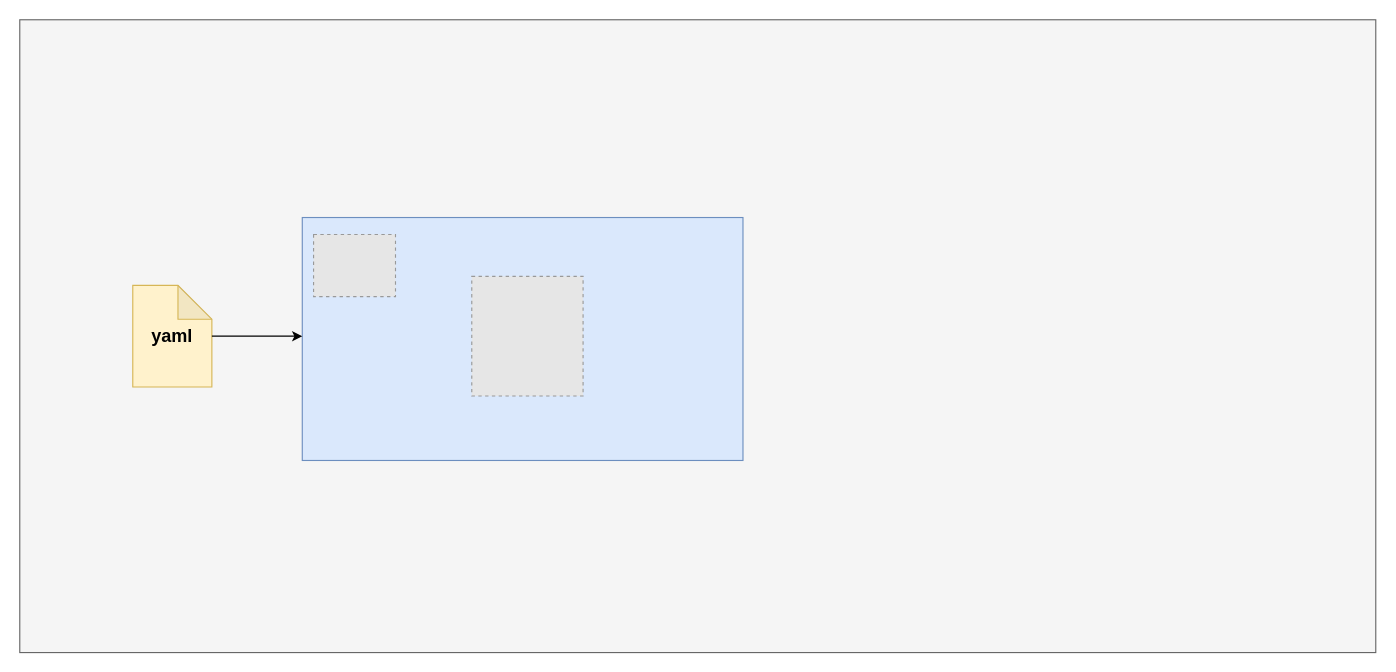
Earlier version of the draw.io diagram crossplane-concept.drawio (YanshanSong/draw.io). Source tidied: cells renumbered, new cells numbered last; positions are measured from the earlier drawing's top-left corner, leaving out a move shared by most shapes. Both pictures are drawn from the tidied source at 113%, with x=0, y=0 at pixel (19, 19). Pictures stored in the file or linked from it are replaced by grey dashed boxes.
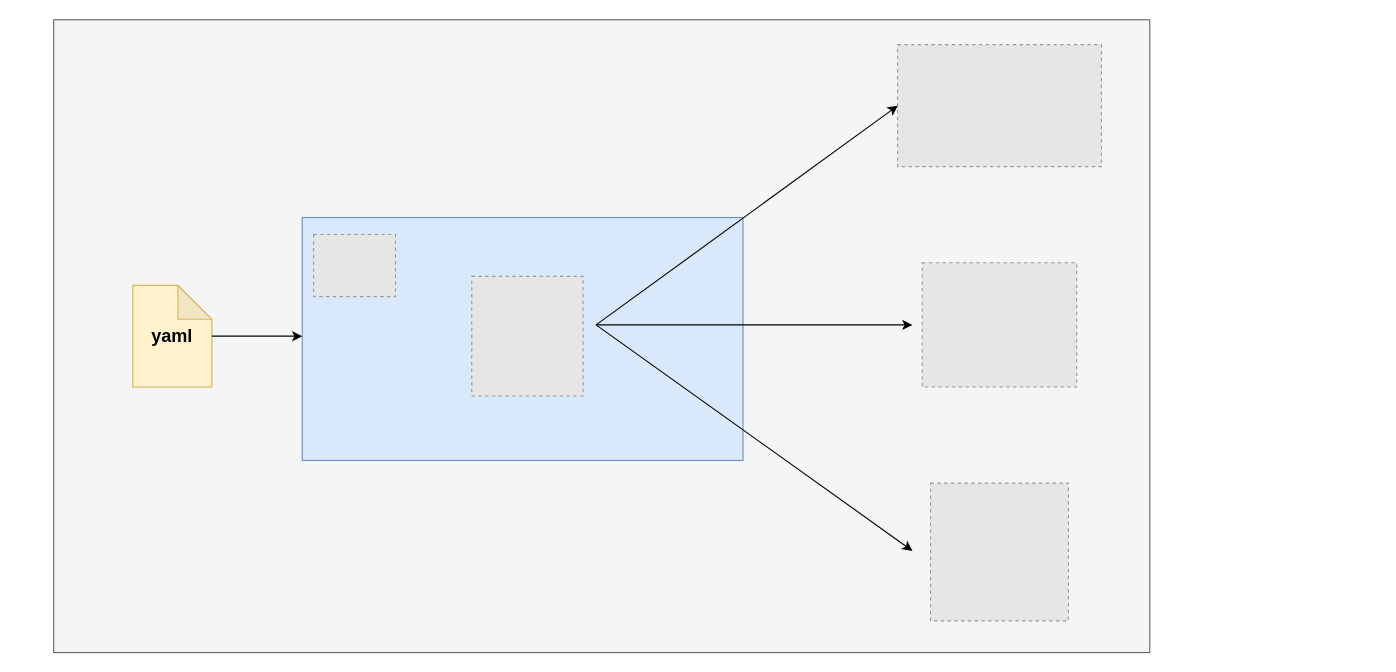
Above is the later version.

The edit, as a diff of the source:
```diff
@@
 <mxGraphModel>
   <root>
     <mxCell id="0" />
     <mxCell id="1" parent="0" />
     <mxCell id="2" style="rounded=0;whiteSpace=wrap;html=1;fillColor=#f5f5f5;fontColor=#333333;strokeColor=#666666;" parent="1" vertex="1">
-      <mxGeometry width="1200" height="560" as="geometry" />
+      <mxGeometry x="30" width="970" height="560" as="geometry" />
     </mxCell>
     <mxCell id="3" value="&lt;font style=&quot;font-size: 16px;&quot;&gt;&lt;b&gt;yaml&lt;/b&gt;&lt;/font&gt;" style="shape=note;whiteSpace=wrap;html=1;backgroundOutline=1;darkOpacity=0.05;fillColor=#fff2cc;strokeColor=#d6b656;" parent="1" vertex="1">
       <mxGeometry x="100" y="235" width="70" height="90" as="geometry" />
     </mxCell>
     <mxCell id="4" style="rounded=0;whiteSpace=wrap;html=1;fillColor=#dae8fc;strokeColor=#6c8ebf;" parent="1" vertex="1">
       <mxGeometry x="250" y="175" width="390" height="215" as="geometry" />
     </mxCell>
     <mxCell id="5" style="fillColor=#E6E6E6;strokeColor=#999999;dashed=1;verticalLabelPosition=bottom;labelBackgroundColor=default;verticalAlign=top;" parent="1" vertex="1">
       <mxGeometry x="260" y="190" width="72.5" height="55" as="geometry" />
     </mxCell>
     <mxCell id="6" style="endArrow=classic;html=1;rounded=0;" parent="1" edge="1">
       <mxGeometry relative="1" as="geometry">
         <mxPoint x="170" y="280" as="sourcePoint" />
         <mxPoint x="250" y="280" as="targetPoint" />
       </mxGeometry>
     </mxCell>
     <mxCell id="7" style="fillColor=#E6E6E6;strokeColor=#999999;dashed=1;verticalLabelPosition=bottom;labelBackgroundColor=default;verticalAlign=top;" parent="1" vertex="1">
       <mxGeometry x="400" y="227.1" width="98.5" height="105.8" as="geometry" />
     </mxCell>
+    <mxCell id="8" style="fillColor=#E6E6E6;strokeColor=#999999;dashed=1;verticalLabelPosition=bottom;labelBackgroundColor=default;verticalAlign=top;" parent="1" vertex="1">
+      <mxGeometry x="806" y="410" width="122" height="122" as="geometry" />
+    </mxCell>
+    <mxCell id="9" style="fillColor=#E6E6E6;strokeColor=#999999;dashed=1;verticalLabelPosition=bottom;labelBackgroundColor=default;verticalAlign=top;" parent="1" vertex="1">
+      <mxGeometry x="798.6" y="215" width="136.7" height="110" as="geometry" />
+    </mxCell>
+    <mxCell id="10" style="fillColor=#E6E6E6;strokeColor=#999999;dashed=1;verticalLabelPosition=bottom;labelBackgroundColor=default;verticalAlign=top;" parent="1" vertex="1">
+      <mxGeometry x="776.8" y="22" width="180.4" height="108" as="geometry" />
+    </mxCell>
+    <mxCell id="11" style="endArrow=classic;html=1;rounded=0;" parent="1" edge="1">
+      <mxGeometry relative="1" as="geometry">
+        <mxPoint x="510" y="270" as="sourcePoint" />
+        <mxPoint x="777" y="76" as="targetPoint" />
+      </mxGeometry>
+    </mxCell>
+    <mxCell id="12" style="endArrow=classic;html=1;rounded=0;" parent="1" edge="1">
+      <mxGeometry relative="1" as="geometry">
+        <mxPoint x="510" y="270" as="sourcePoint" />
+        <mxPoint x="790" y="270" as="targetPoint" />
+      </mxGeometry>
+    </mxCell>
+    <mxCell id="13" style="endArrow=classic;html=1;rounded=0;" parent="1" edge="1">
+      <mxGeometry relative="1" as="geometry">
+        <mxPoint x="510" y="270" as="sourcePoint" />
+        <mxPoint x="790" y="470" as="targetPoint" />
+      </mxGeometry>
+    </mxCell>
   </root>
 </mxGraphModel>
```
